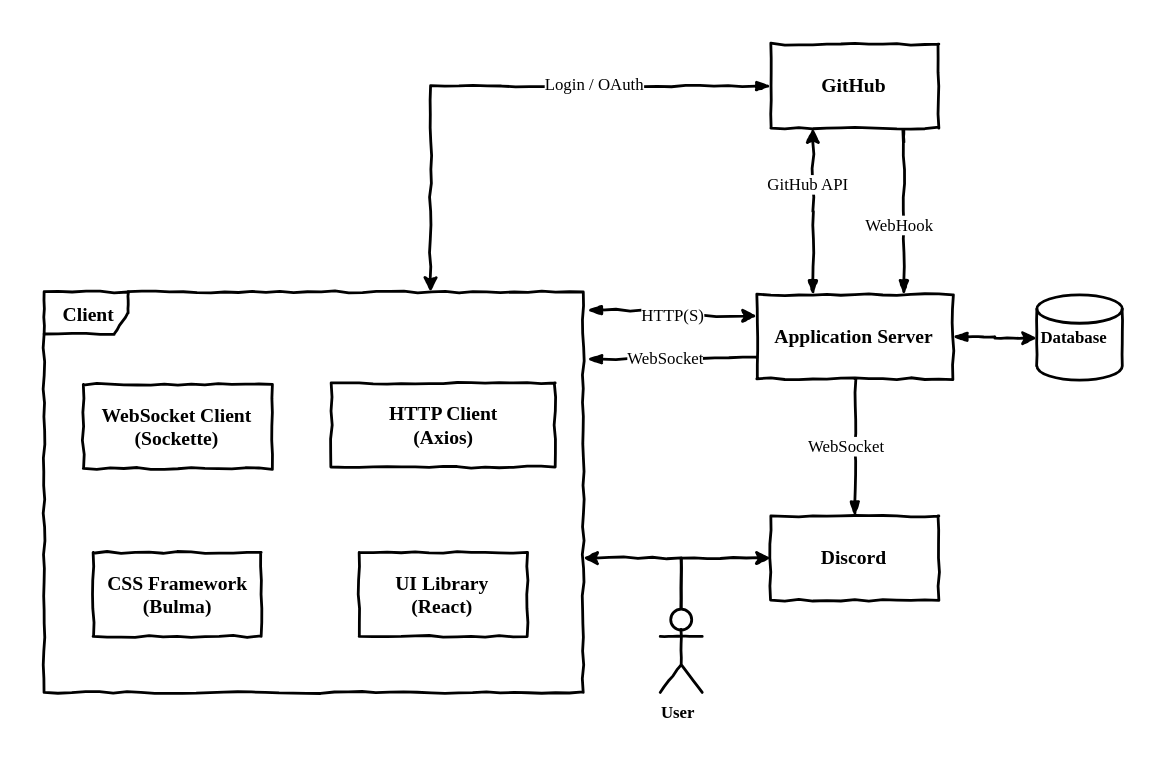
Before: img/client_overview.svg, a diagram exported from draw.io (AlexNaga/notifyMe). Source tidied: cells renumbered, new cells last; positions are measured from the earlier drawing's top-left corner, leaving out a move shared by most shapes.
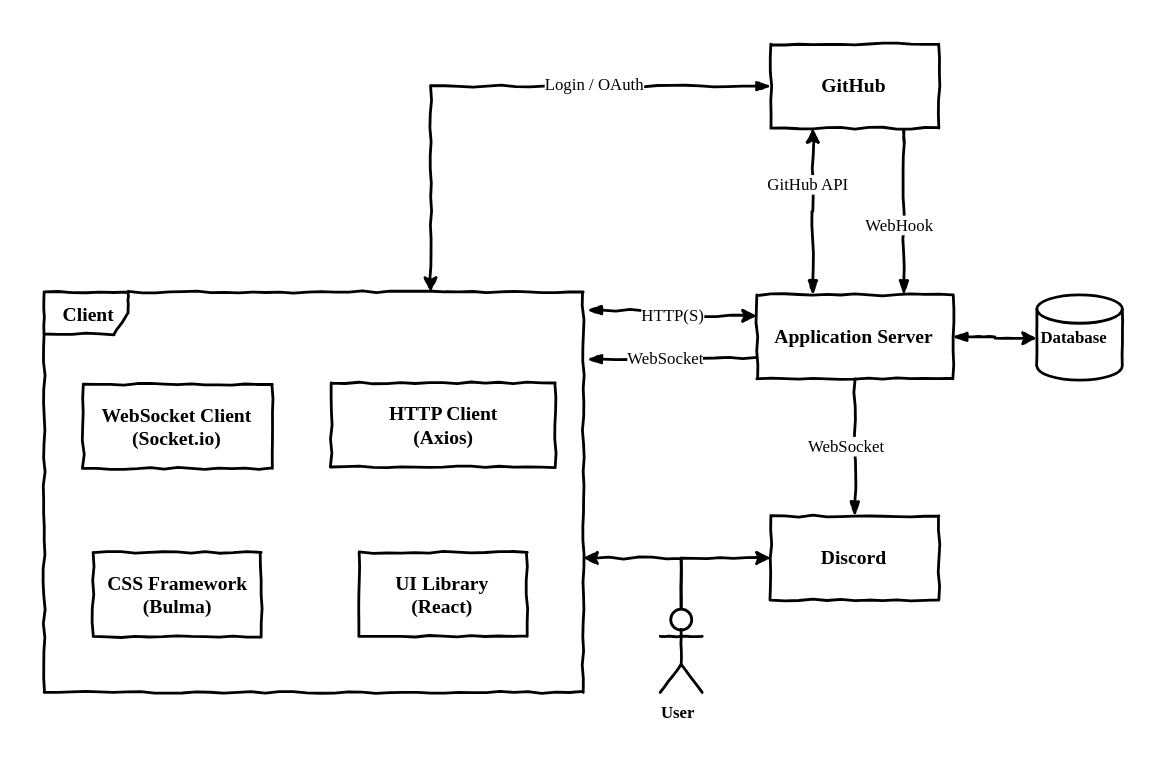
After the commit.

Change to the diagram source:
```diff
@@ -77,7 +77,7 @@
     <mxCell id="21" value="&lt;b&gt;&lt;font style=&quot;font-size: 14px&quot;&gt;Client&lt;/font&gt;&lt;/b&gt;" style="shape=umlFrame;html=1;whiteSpace=wrap;comic=1;strokeWidth=2;fontFamily=Comic Sans MS;fontStyle=1;" parent="19" vertex="1">
       <mxGeometry width="385" height="286" as="geometry" />
     </mxCell>
-    <mxCell id="22" value="&lt;b&gt;&lt;font style=&quot;font-size: 14px&quot;&gt;WebSocket Client&lt;/font&gt;&lt;/b&gt;&lt;div&gt;&lt;b&gt;&lt;font style=&quot;font-size: 14px&quot;&gt;(Sockette)&lt;/font&gt;&lt;/b&gt;&lt;/div&gt;" style="html=1;whiteSpace=wrap;comic=1;strokeWidth=2;fontFamily=Comic Sans MS;fontStyle=1;" parent="19" vertex="1">
+    <mxCell id="22" value="&lt;b&gt;&lt;font style=&quot;font-size: 14px&quot;&gt;WebSocket Client&lt;/font&gt;&lt;/b&gt;&lt;div&gt;&lt;b&gt;&lt;font style=&quot;font-size: 14px&quot;&gt;(Socket.io)&lt;/font&gt;&lt;/b&gt;&lt;/div&gt;" style="html=1;whiteSpace=wrap;comic=1;strokeWidth=2;fontFamily=Comic Sans MS;fontStyle=1;" parent="19" vertex="1">
       <mxGeometry x="28" y="66" width="135" height="60" as="geometry" />
     </mxCell>
     <mxCell id="23" value="&lt;b&gt;&lt;font style=&quot;font-size: 14px&quot;&gt;CSS Framework&lt;/font&gt;&lt;/b&gt;&lt;div&gt;&lt;b&gt;&lt;font style=&quot;font-size: 14px&quot;&gt;(Bulma)&lt;/font&gt;&lt;/b&gt;&lt;/div&gt;" style="html=1;whiteSpace=wrap;comic=1;strokeWidth=2;fontFamily=Comic Sans MS;fontStyle=1;" parent="19" vertex="1">
```
